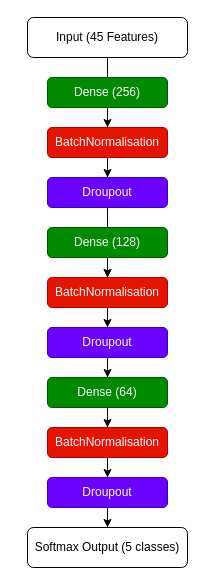
This is Project Demo/Figures/network_diagram.drawio from sssspppuud/Network-Intrusion-Detection-System-with-Explainable-Deep-Learning, a draw.io file, before an edit. Source tidied: cells renumbered, new cells numbered last; positions are measured from the earlier drawing's top-left corner, leaving out a move shared by most shapes. Both pictures are drawn from the tidied source at 100%, with x=0, y=0 at pixel (27, 17).
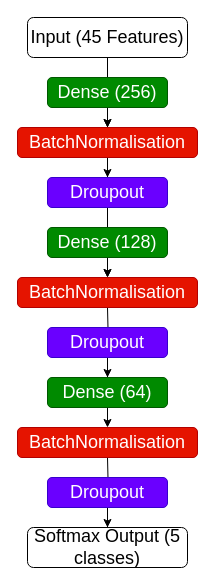
The same diagram, later.

Commit message (it also covers changes not shown here):
Minor model tweaks + poster style figures

The edit, as a diff of the source:
```diff
@@
-    <mxCell id="2" style="edgeStyle=orthogonalEdgeStyle;rounded=0;jettySize=auto;html=1;" parent="1" edge="1" source="3">
-      <mxGeometry relative="1" as="geometry">
-        <mxPoint x="80" y="80" as="targetPoint" />
-      </mxGeometry>
-    </mxCell>
+    <mxCell id="23" style="edgeStyle=orthogonalEdgeStyle;rounded=0;jettySize=auto;html=1;" parent="1" edge="1" source="3" target="7">
+      <mxGeometry relative="1" as="geometry" />
+    </mxCell>
-    <mxCell id="3" value="Input (45 Features)" style="rounded=1;whiteSpace=wrap;html=1;fillColor=light-dark(#FFFFFF,#C90000);" parent="1" vertex="1">
+    <mxCell id="3" value="&lt;font style=&quot;font-size: 18px;&quot;&gt;Input (45 Features)&lt;/font&gt;" style="rounded=1;whiteSpace=wrap;html=1;fillColor=light-dark(#FFFFFF,#C90000);" parent="1" vertex="1">
       <mxGeometry width="160" height="40" as="geometry" />
     </mxCell>
@@
-    <mxCell id="5" value="Dense (256)" style="rounded=1;whiteSpace=wrap;html=1;glass=0;shadow=0;fillColor=#008a00;fontColor=#ffffff;strokeColor=#005700;" parent="1" vertex="1">
+    <mxCell id="5" value="&lt;font style=&quot;font-size: 18px;&quot;&gt;Dense (256)&lt;/font&gt;" style="rounded=1;whiteSpace=wrap;html=1;glass=0;shadow=0;fillColor=#008a00;fontColor=#ffffff;strokeColor=#005700;" parent="1" vertex="1">
       <mxGeometry x="20" y="60" width="120" height="30" as="geometry" />
     </mxCell>
@@
-    <mxCell id="7" value="BatchNormalisation" style="rounded=1;whiteSpace=wrap;html=1;fillColor=#e51400;fontColor=#ffffff;strokeColor=#B20000;" parent="1" vertex="1">
-      <mxGeometry x="20" y="110" width="120" height="30" as="geometry" />
+    <mxCell id="7" value="&lt;font style=&quot;font-size: 18px;&quot;&gt;BatchNormalisation&lt;/font&gt;" style="rounded=1;whiteSpace=wrap;html=1;fillColor=#e51400;fontColor=#ffffff;strokeColor=#B20000;" parent="1" vertex="1">
+      <mxGeometry x="-10" y="110" width="180" height="30" as="geometry" />
     </mxCell>
-    <mxCell id="8" style="edgeStyle=orthogonalEdgeStyle;rounded=0;jettySize=auto;html=1;" parent="1" edge="1" source="9" target="13">
-      <mxGeometry relative="1" as="geometry" />
+    <mxCell id="8" style="edgeStyle=orthogonalEdgeStyle;rounded=0;jettySize=auto;html=1;" parent="1" edge="1" source="9">
+      <mxGeometry relative="1" as="geometry">
+        <mxPoint x="80" y="260" as="targetPoint" />
+      </mxGeometry>
     </mxCell>
-    <mxCell id="9" value="Droupout" style="rounded=1;whiteSpace=wrap;html=1;fillColor=#6a00ff;strokeColor=#3700CC;fontColor=#ffffff;" parent="1" vertex="1">
+    <mxCell id="9" value="&lt;font style=&quot;font-size: 18px;&quot;&gt;Droupout&lt;/font&gt;" style="rounded=1;whiteSpace=wrap;html=1;fillColor=#6a00ff;strokeColor=#3700CC;fontColor=#ffffff;" parent="1" vertex="1">
       <mxGeometry x="20" y="160" width="120" height="30" as="geometry" />
     </mxCell>
-    <mxCell id="10" style="edgeStyle=orthogonalEdgeStyle;rounded=0;jettySize=auto;html=1;" parent="1" edge="1" source="11" target="13">
-      <mxGeometry relative="1" as="geometry" />
+    <mxCell id="10" style="edgeStyle=orthogonalEdgeStyle;rounded=0;jettySize=auto;html=1;" parent="1" edge="1" source="11">
+      <mxGeometry relative="1" as="geometry">
+        <mxPoint x="80" y="260" as="targetPoint" />
+      </mxGeometry>
     </mxCell>
-    <mxCell id="11" value="Dense (128)" style="rounded=1;whiteSpace=wrap;html=1;glass=0;shadow=0;fillColor=#008a00;fontColor=#ffffff;strokeColor=#005700;" parent="1" vertex="1">
+    <mxCell id="11" value="&lt;font style=&quot;font-size: 18px;&quot;&gt;Dense (128)&lt;/font&gt;" style="rounded=1;whiteSpace=wrap;html=1;glass=0;shadow=0;fillColor=#008a00;fontColor=#ffffff;strokeColor=#005700;" parent="1" vertex="1">
       <mxGeometry x="20" y="210" width="120" height="30" as="geometry" />
     </mxCell>
-    <mxCell id="12" style="edgeStyle=orthogonalEdgeStyle;rounded=0;jettySize=auto;html=1;" parent="1" edge="1" source="13" target="15">
-      <mxGeometry relative="1" as="geometry" />
+    <mxCell id="12" style="edgeStyle=orthogonalEdgeStyle;rounded=0;jettySize=auto;html=1;" parent="1" edge="1" target="15">
+      <mxGeometry relative="1" as="geometry">
+        <mxPoint x="80" y="290" as="sourcePoint" />
+      </mxGeometry>
     </mxCell>
-    <mxCell id="13" value="BatchNormalisation" style="rounded=1;whiteSpace=wrap;html=1;fillColor=#e51400;fontColor=#ffffff;strokeColor=#B20000;" parent="1" vertex="1">
-      <mxGeometry x="20" y="260" width="120" height="30" as="geometry" />
-    </mxCell>
@@
-    <mxCell id="15" value="Droupout" style="rounded=1;whiteSpace=wrap;html=1;fillColor=#6a00ff;strokeColor=#3700CC;fontColor=#ffffff;" parent="1" vertex="1">
+    <mxCell id="15" value="&lt;font style=&quot;font-size: 18px;&quot;&gt;Droupout&lt;/font&gt;" style="rounded=1;whiteSpace=wrap;html=1;fillColor=#6a00ff;strokeColor=#3700CC;fontColor=#ffffff;" parent="1" vertex="1">
       <mxGeometry x="20" y="310" width="120" height="30" as="geometry" />
     </mxCell>
-    <mxCell id="16" style="edgeStyle=orthogonalEdgeStyle;rounded=0;jettySize=auto;html=1;" parent="1" edge="1" source="17" target="19">
-      <mxGeometry relative="1" as="geometry" />
+    <mxCell id="16" style="edgeStyle=orthogonalEdgeStyle;rounded=0;jettySize=auto;html=1;" parent="1" edge="1" source="17">
+      <mxGeometry relative="1" as="geometry">
+        <mxPoint x="80" y="410" as="targetPoint" />
+      </mxGeometry>
     </mxCell>
-    <mxCell id="17" value="Dense (64)" style="rounded=1;whiteSpace=wrap;html=1;glass=0;shadow=0;fillColor=#008a00;fontColor=#ffffff;strokeColor=#005700;" parent="1" vertex="1">
+    <mxCell id="17" value="&lt;font style=&quot;font-size: 18px;&quot;&gt;Dense (64)&lt;/font&gt;" style="rounded=1;whiteSpace=wrap;html=1;glass=0;shadow=0;fillColor=#008a00;fontColor=#ffffff;strokeColor=#005700;" parent="1" vertex="1">
       <mxGeometry x="20" y="360" width="120" height="30" as="geometry" />
     </mxCell>
-    <mxCell id="18" style="edgeStyle=orthogonalEdgeStyle;rounded=0;jettySize=auto;html=1;" parent="1" edge="1" source="19" target="21">
-      <mxGeometry relative="1" as="geometry" />
+    <mxCell id="18" style="edgeStyle=orthogonalEdgeStyle;rounded=0;jettySize=auto;html=1;" parent="1" edge="1" target="21">
+      <mxGeometry relative="1" as="geometry">
+        <mxPoint x="80" y="440" as="sourcePoint" />
+      </mxGeometry>
     </mxCell>
-    <mxCell id="19" value="BatchNormalisation" style="rounded=1;whiteSpace=wrap;html=1;fillColor=#e51400;fontColor=#ffffff;strokeColor=#B20000;" parent="1" vertex="1">
-      <mxGeometry x="20" y="410" width="120" height="30" as="geometry" />
-    </mxCell>
@@
-    <mxCell id="21" value="Droupout" style="rounded=1;whiteSpace=wrap;html=1;fillColor=#6a00ff;strokeColor=#3700CC;fontColor=#ffffff;" parent="1" vertex="1">
+    <mxCell id="21" value="&lt;font style=&quot;font-size: 18px;&quot;&gt;Droupout&lt;/font&gt;" style="rounded=1;whiteSpace=wrap;html=1;fillColor=#6a00ff;strokeColor=#3700CC;fontColor=#ffffff;" parent="1" vertex="1">
       <mxGeometry x="20" y="460" width="120" height="30" as="geometry" />
     </mxCell>
-    <mxCell id="22" value="Softmax Output (5 classes)" style="rounded=1;whiteSpace=wrap;html=1;fillColor=light-dark(#FFFFFF,#C90000);" parent="1" vertex="1">
+    <mxCell id="22" value="&lt;font style=&quot;font-size: 18px;&quot;&gt;Softmax Output (5 classes)&lt;/font&gt;" style="rounded=1;whiteSpace=wrap;html=1;fillColor=light-dark(#FFFFFF,#C90000);" parent="1" vertex="1">
       <mxGeometry y="510" width="160" height="40" as="geometry" />
     </mxCell>
+    <mxCell id="24" value="&lt;font style=&quot;font-size: 18px;&quot;&gt;BatchNormalisation&lt;/font&gt;" style="rounded=1;whiteSpace=wrap;html=1;fillColor=#e51400;fontColor=#ffffff;strokeColor=#B20000;" parent="1" vertex="1">
+      <mxGeometry x="-10" y="260" width="180" height="30" as="geometry" />
+    </mxCell>
+    <mxCell id="25" value="&lt;font style=&quot;font-size: 18px;&quot;&gt;BatchNormalisation&lt;/font&gt;" style="rounded=1;whiteSpace=wrap;html=1;fillColor=#e51400;fontColor=#ffffff;strokeColor=#B20000;" parent="1" vertex="1">
+      <mxGeometry x="-10" y="410" width="180" height="30" as="geometry" />
+    </mxCell>
```
